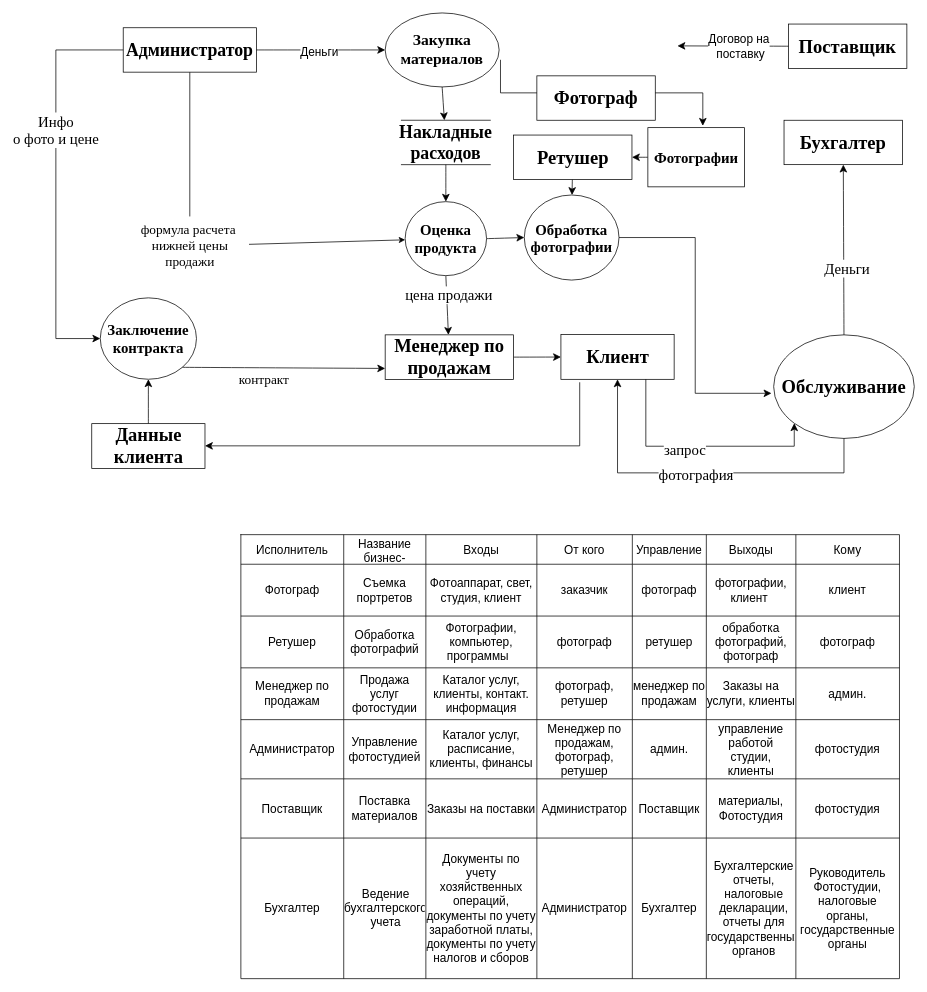
Before: Диаграмма без названия.drawio in Antwan228/GitBush, a draw.io diagram. Source tidied: cells renumbered, new cells numbered last; positions are measured from the earlier drawing's top-left corner, leaving out a move shared by most shapes. Both pictures are drawn from the tidied source at 74%, with x=0, y=0 at pixel (56, 13).
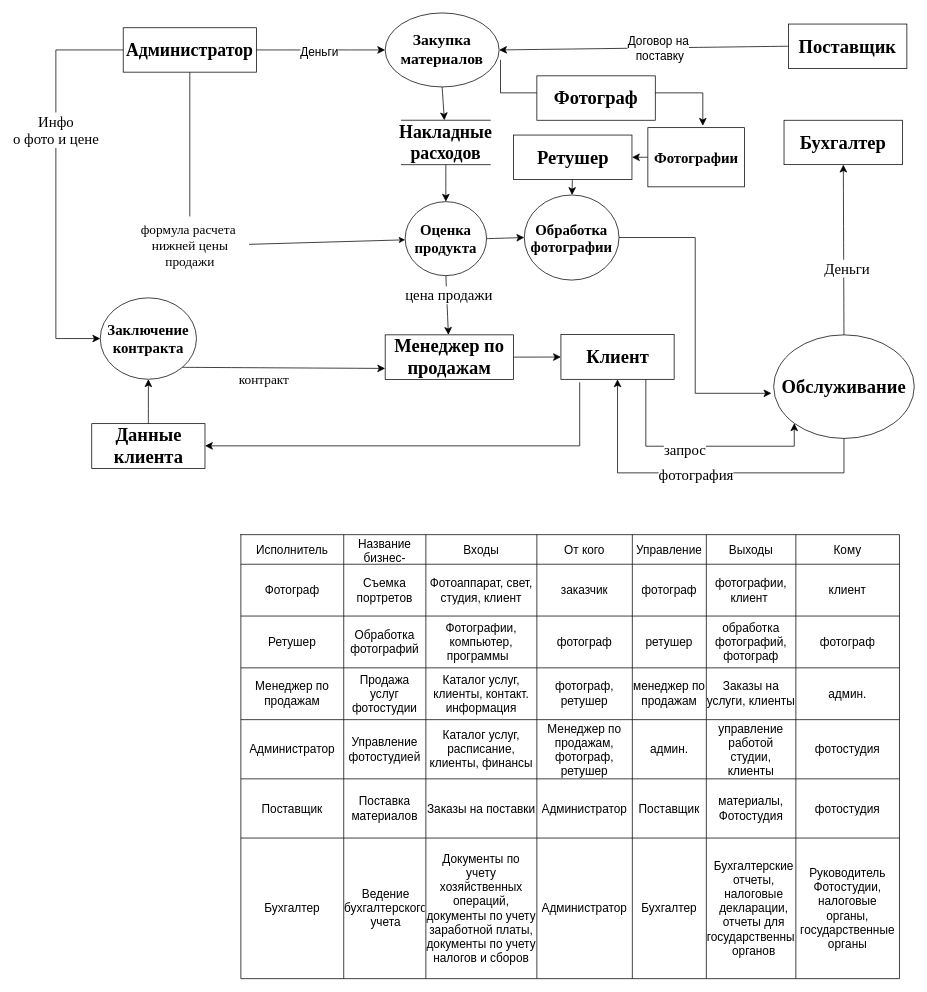
The same page after the edit.

Unchanged cells that the change refers to:
```xml
<mxCell id="2" value="&lt;b style=&quot;border-color: var(--border-color); font-family: &amp;quot;Times New Roman&amp;quot;; font-size: 21px;&quot;&gt;Закупка материалов&lt;/b&gt;" style="ellipse;whiteSpace=wrap;html=1;" parent="1" vertex="1">
  <mxGeometry x="445" width="154" height="100" as="geometry" />
</mxCell>
<mxCell id="27" value="&lt;font style=&quot;font-size: 25px;&quot; face=&quot;Times New Roman&quot;&gt;&lt;b&gt;Поставщик&lt;/b&gt;&lt;/font&gt;" style="text;html=1;strokeColor=none;fillColor=none;align=center;verticalAlign=middle;whiteSpace=wrap;rounded=0;fontSize=16;" parent="1" vertex="1">
  <mxGeometry x="990" y="26.2" width="160" height="37.5" as="geometry" />
</mxCell>
```

Diff of the diagram source:
```diff
@@
-    <mxCell id="25" style="edgeStyle=none;curved=1;rounded=0;jettySize=auto;html=1;exitX=0;exitY=0.5;exitDx=0;exitDy=0;fontSize=12;startSize=8;endSize=8;" parent="1" edge="1" source="27">
-      <mxGeometry relative="1" as="geometry">
-        <mxPoint x="840" y="44.5" as="targetPoint" />
-      </mxGeometry>
+    <mxCell id="25" style="edgeStyle=none;curved=1;rounded=0;jettySize=auto;html=1;exitX=0;exitY=0.5;exitDx=0;exitDy=0;fontSize=12;startSize=8;endSize=8;entryX=1;entryY=0.5;entryDx=0;entryDy=0;" parent="1" edge="1" source="27" target="2">
+      <mxGeometry relative="1" as="geometry" />
     </mxCell>
```
